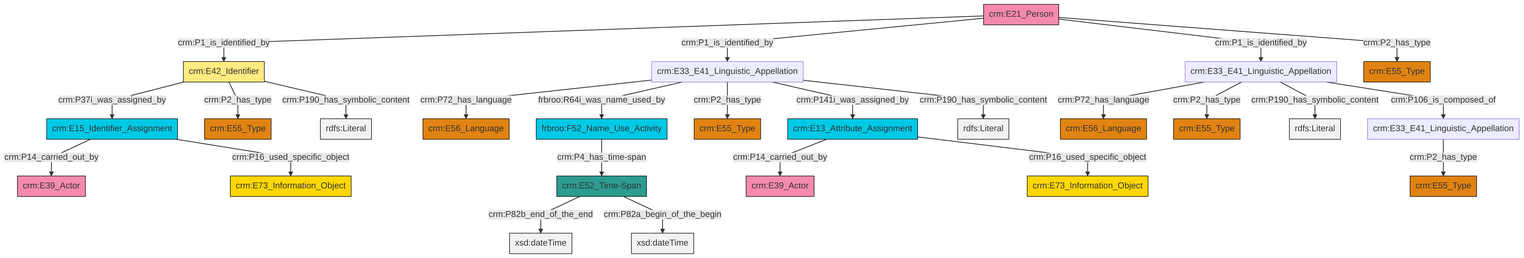
Earlier version of the Mermaid export et/personCSV/ttl/mmd/png/Person_Names_and_Classification.png (swiss-art-research-net/reference-data-models). Its source is kept beside it as et/personCSV/ttl/mmd/Person_Names_and_Classification.ttl.mmd.
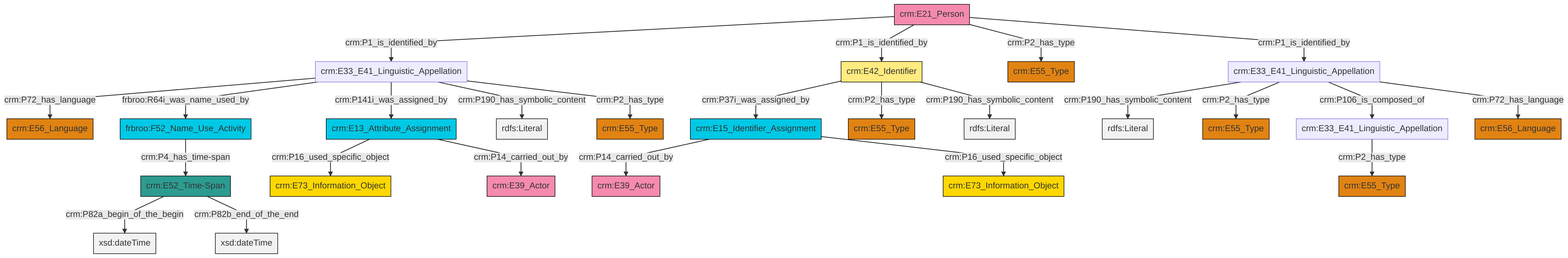
Above is the later version.

Diff of the diagram source:
```diff
@@ -13,27 +13,27 @@
 classDef PC_Classes fill:#4ce600, stroke:#000000;
 classDef Multi fill:#cccccc,stroke:#000000;
 
-0["crm:E21_Person"]:::Actor -->|crm:P1_is_identified_by| 1["crm:E42_Identifier"]:::Appellation
-1["crm:E42_Identifier"]:::Appellation -->|crm:P37i_was_assigned_by| 2["crm:E15_Identifier_Assignment"]:::Temporal_Entity
-2["crm:E15_Identifier_Assignment"]:::Temporal_Entity -->|crm:P14_carried_out_by| 5["crm:E39_Actor"]:::Actor
-13["crm:E13_Attribute_Assignment"]:::Temporal_Entity -->|crm:P14_carried_out_by| 15["crm:E39_Actor"]:::Actor
-2["crm:E15_Identifier_Assignment"]:::Temporal_Entity -->|crm:P16_used_specific_object| 16["crm:E73_Information_Object"]:::Conceptual_Object
-17["crm:E33_E41_Linguistic_Appellation"]:::Default -->|crm:P72_has_language| 18["crm:E56_Language"]:::Type
-17["crm:E33_E41_Linguistic_Appellation"]:::Default -->|frbroo:R64i_was_name_used_by| 11["frbroo:F52_Name_Use_Activity"]:::Temporal_Entity
-0["crm:E21_Person"]:::Actor -->|crm:P1_is_identified_by| 17["crm:E33_E41_Linguistic_Appellation"]:::Default
-9["crm:E33_E41_Linguistic_Appellation"]:::Default -->|crm:P2_has_type| 26["crm:E55_Type"]:::Type
-1["crm:E42_Identifier"]:::Appellation -->|crm:P2_has_type| 3["crm:E55_Type"]:::Type
-28["crm:E52_Time-Span"]:::Time-Span -->|crm:P82b_end_of_the_end| 29[xsd:dateTime]:::Literal
-11["frbroo:F52_Name_Use_Activity"]:::Temporal_Entity -->|crm:P4_has_time-span| 28["crm:E52_Time-Span"]:::Time-Span
-17["crm:E33_E41_Linguistic_Appellation"]:::Default -->|crm:P2_has_type| 31["crm:E55_Type"]:::Type
-22["crm:E33_E41_Linguistic_Appellation"]:::Default -->|crm:P72_has_language| 33["crm:E56_Language"]:::Type
-0["crm:E21_Person"]:::Actor -->|crm:P1_is_identified_by| 22["crm:E33_E41_Linguistic_Appellation"]:::Default
-0["crm:E21_Person"]:::Actor -->|crm:P2_has_type| 36["crm:E55_Type"]:::Type
-17["crm:E33_E41_Linguistic_Appellation"]:::Default -->|crm:P141i_was_assigned_by| 13["crm:E13_Attribute_Assignment"]:::Temporal_Entity
-22["crm:E33_E41_Linguistic_Appellation"]:::Default -->|crm:P2_has_type| 20["crm:E55_Type"]:::Type
-13["crm:E13_Attribute_Assignment"]:::Temporal_Entity -->|crm:P16_used_specific_object| 7["crm:E73_Information_Object"]:::Conceptual_Object
-22["crm:E33_E41_Linguistic_Appellation"]:::Default -->|crm:P190_has_symbolic_content| 39[rdfs:Literal]:::Literal
-28["crm:E52_Time-Span"]:::Time-Span -->|crm:P82a_begin_of_the_begin| 40[xsd:dateTime]:::Literal
-17["crm:E33_E41_Linguistic_Appellation"]:::Default -->|crm:P190_has_symbolic_content| 44[rdfs:Literal]:::Literal
-22["crm:E33_E41_Linguistic_Appellation"]:::Default -->|crm:P106_is_composed_of| 9["crm:E33_E41_Linguistic_Appellation"]:::Default
-1["crm:E42_Identifier"]:::Appellation -->|crm:P190_has_symbolic_content| 46[rdfs:Literal]:::Literal
+2["frbroo:F52_Name_Use_Activity"]:::Temporal_Entity -->|crm:P4_has_time-span| 3["crm:E52_Time-Span"]:::Time-Span
+5["crm:E33_E41_Linguistic_Appellation"]:::Default -->|crm:P72_has_language| 6["crm:E56_Language"]:::Type
+7["crm:E21_Person"]:::Actor -->|crm:P1_is_identified_by| 5["crm:E33_E41_Linguistic_Appellation"]:::Default
+11["crm:E33_E41_Linguistic_Appellation"]:::Default -->|crm:P190_has_symbolic_content| 12[rdfs:Literal]:::Literal
+7["crm:E21_Person"]:::Actor -->|crm:P1_is_identified_by| 13["crm:E42_Identifier"]:::Appellation
+13["crm:E42_Identifier"]:::Appellation -->|crm:P37i_was_assigned_by| 16["crm:E15_Identifier_Assignment"]:::Temporal_Entity
+5["crm:E33_E41_Linguistic_Appellation"]:::Default -->|frbroo:R64i_was_name_used_by| 2["frbroo:F52_Name_Use_Activity"]:::Temporal_Entity
+19["crm:E13_Attribute_Assignment"]:::Temporal_Entity -->|crm:P16_used_specific_object| 0["crm:E73_Information_Object"]:::Conceptual_Object
+3["crm:E52_Time-Span"]:::Time-Span -->|crm:P82a_begin_of_the_begin| 21[xsd:dateTime]:::Literal
+5["crm:E33_E41_Linguistic_Appellation"]:::Default -->|crm:P141i_was_assigned_by| 19["crm:E13_Attribute_Assignment"]:::Temporal_Entity
+13["crm:E42_Identifier"]:::Appellation -->|crm:P2_has_type| 22["crm:E55_Type"]:::Type
+19["crm:E13_Attribute_Assignment"]:::Temporal_Entity -->|crm:P14_carried_out_by| 17["crm:E39_Actor"]:::Actor
+7["crm:E21_Person"]:::Actor -->|crm:P2_has_type| 23["crm:E55_Type"]:::Type
+16["crm:E15_Identifier_Assignment"]:::Temporal_Entity -->|crm:P14_carried_out_by| 26["crm:E39_Actor"]:::Actor
+13["crm:E42_Identifier"]:::Appellation -->|crm:P190_has_symbolic_content| 28[rdfs:Literal]:::Literal
+11["crm:E33_E41_Linguistic_Appellation"]:::Default -->|crm:P2_has_type| 14["crm:E55_Type"]:::Type
+5["crm:E33_E41_Linguistic_Appellation"]:::Default -->|crm:P190_has_symbolic_content| 31[rdfs:Literal]:::Literal
+29["crm:E33_E41_Linguistic_Appellation"]:::Default -->|crm:P2_has_type| 32["crm:E55_Type"]:::Type
+3["crm:E52_Time-Span"]:::Time-Span -->|crm:P82b_end_of_the_end| 35[xsd:dateTime]:::Literal
+11["crm:E33_E41_Linguistic_Appellation"]:::Default -->|crm:P106_is_composed_of| 29["crm:E33_E41_Linguistic_Appellation"]:::Default
+7["crm:E21_Person"]:::Actor -->|crm:P1_is_identified_by| 11["crm:E33_E41_Linguistic_Appellation"]:::Default
+16["crm:E15_Identifier_Assignment"]:::Temporal_Entity -->|crm:P16_used_specific_object| 8["crm:E73_Information_Object"]:::Conceptual_Object
+5["crm:E33_E41_Linguistic_Appellation"]:::Default -->|crm:P2_has_type| 40["crm:E55_Type"]:::Type
+11["crm:E33_E41_Linguistic_Appellation"]:::Default -->|crm:P72_has_language| 43["crm:E56_Language"]:::Type
```
